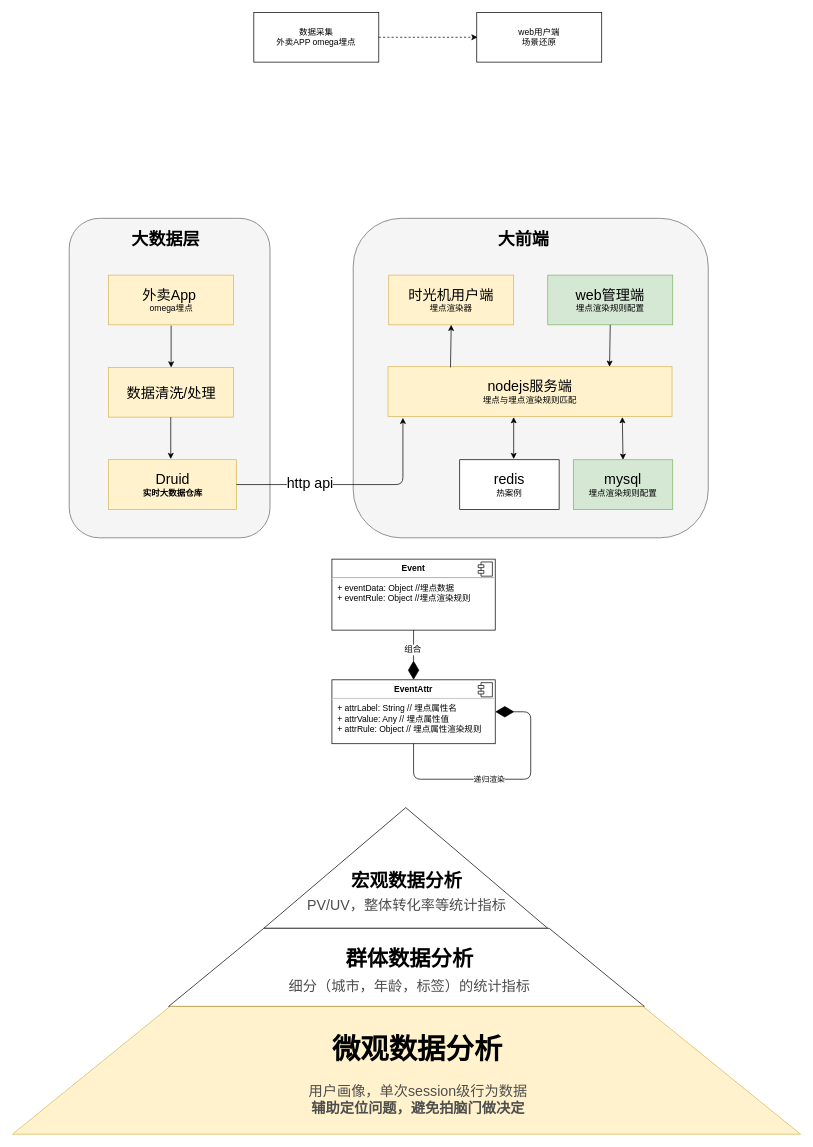
zzz945/drawing keeps this draw.io diagram as Untitled Diagram.drawio. Above is the earlier version. Source tidied: cells renumbered, new cells numbered last; positions are measured from the earlier drawing's top-left corner, leaving out a move shared by most shapes. Both pictures are drawn from the tidied source at 71%, with x=0, y=0 at pixel (12, 12).
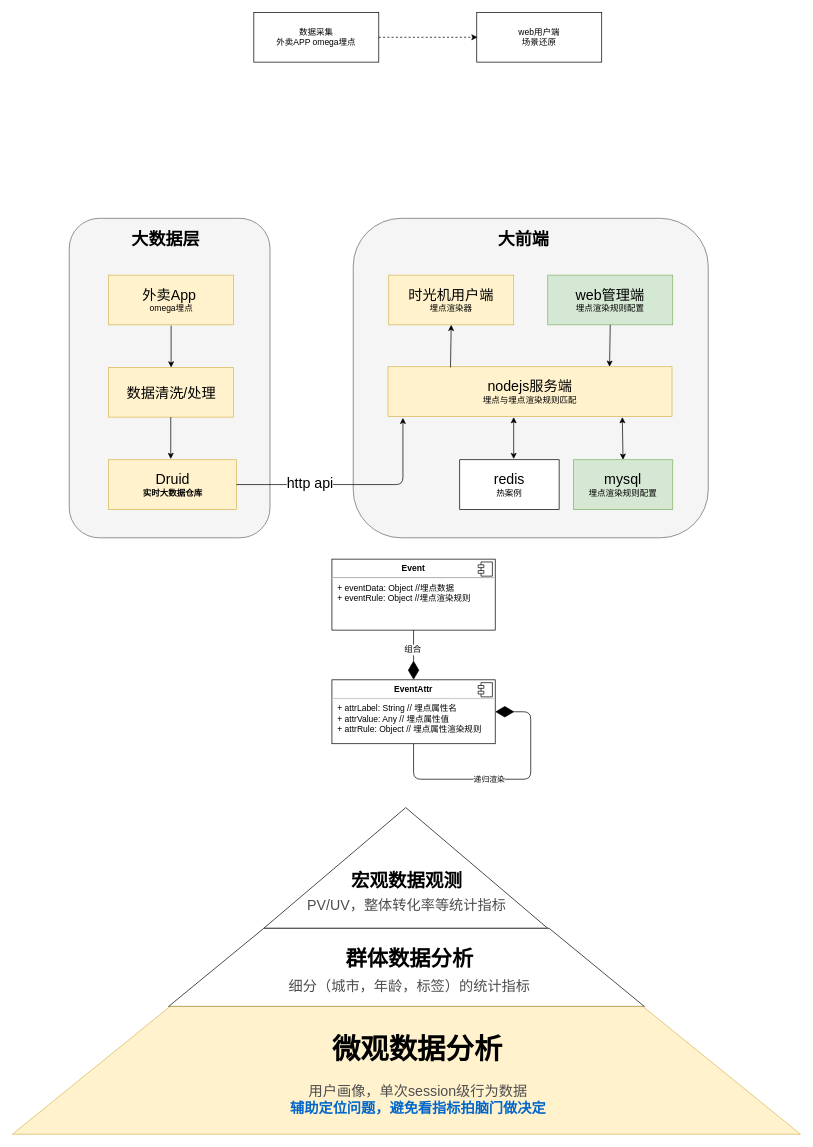
The same page after the edit.

The edit, as a diff of the source:
```diff
@@
-    <mxCell id="34" value="&lt;b&gt;宏观数据分析&lt;br&gt;&lt;/b&gt;&lt;font style=&quot;font-size: 20px&quot; color=&quot;#4d4d4d&quot;&gt;PV/UV，整体转化率等统计指标&lt;/font&gt;" style="text;html=1;strokeColor=none;fillColor=none;align=center;verticalAlign=middle;whiteSpace=wrap;rounded=0;fontSize=26;" parent="1" vertex="1">
+    <mxCell id="34" value="&lt;b&gt;宏观数据观测&lt;br&gt;&lt;/b&gt;&lt;font style=&quot;font-size: 20px&quot; color=&quot;#4d4d4d&quot;&gt;PV/UV，整体转化率等统计指标&lt;/font&gt;" style="text;html=1;strokeColor=none;fillColor=none;align=center;verticalAlign=middle;whiteSpace=wrap;rounded=0;fontSize=26;" parent="1" vertex="1">
       <mxGeometry x="412.8" y="1230" width="284.5" height="20" as="geometry" />
     </mxCell>
@@
-    <mxCell id="37" value="用户画像，单次session级行为数据&lt;br style=&quot;font-size: 20px&quot;&gt;&lt;b&gt;辅助定位问题，避免拍脑门做决定&lt;/b&gt;" style="text;html=1;fontSize=20;fontColor=#4D4D4D;align=center;" parent="1" vertex="1">
+    <mxCell id="37" value="用户画像，单次session级行为数据&lt;br style=&quot;font-size: 20px&quot;&gt;&lt;b&gt;&lt;font color=&quot;#0066cc&quot;&gt;辅助定位问题，避免看指标拍脑门做决定&lt;/font&gt;&lt;/b&gt;" style="text;html=1;fontSize=20;fontColor=#4D4D4D;align=center;" parent="1" vertex="1">
       <mxGeometry x="135.5" y="1500" width="870" height="50" as="geometry" />
     </mxCell>
```
